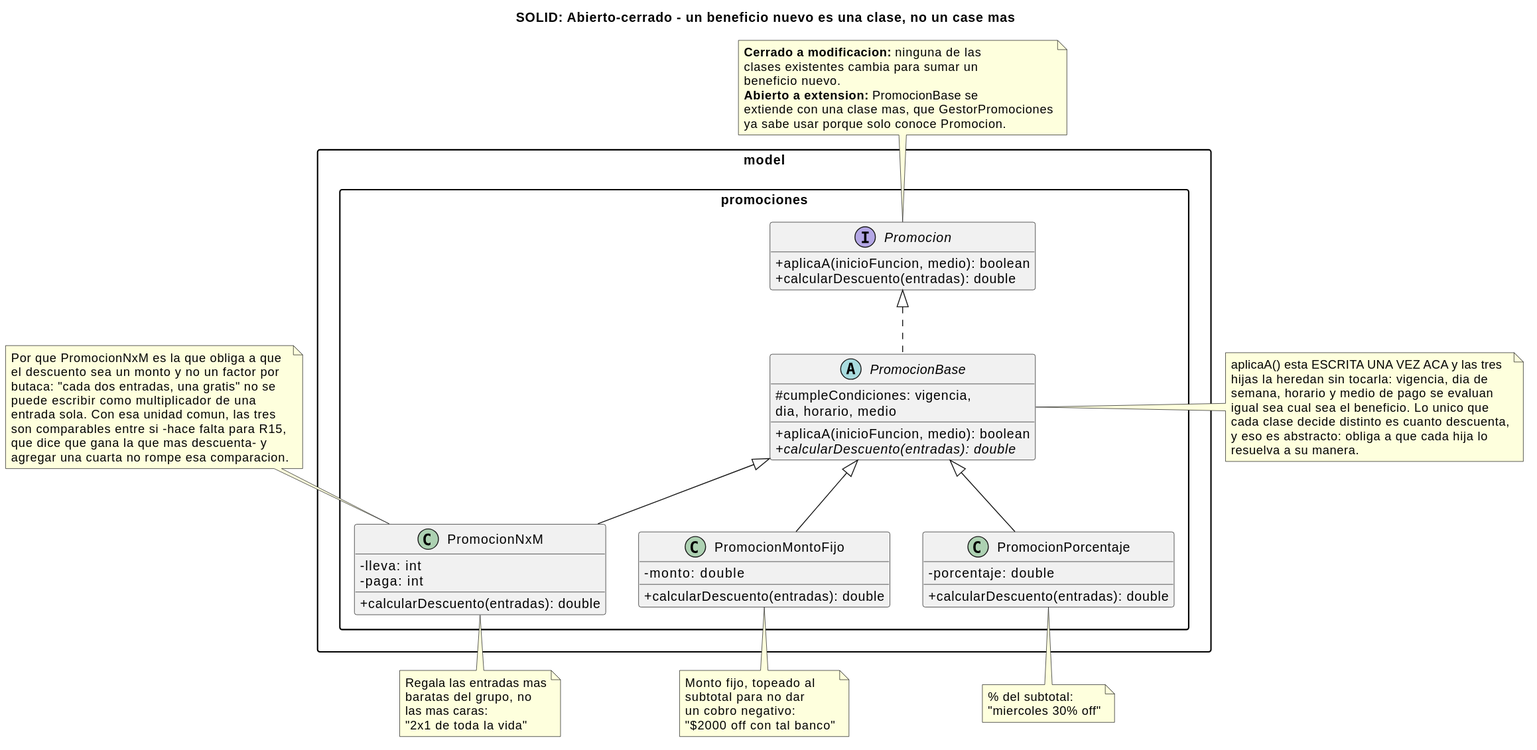
The PlantUML diagram _other/docs/diagramas/solid-ocp.svg in andreiveisuade/cine-uade, before a commit.
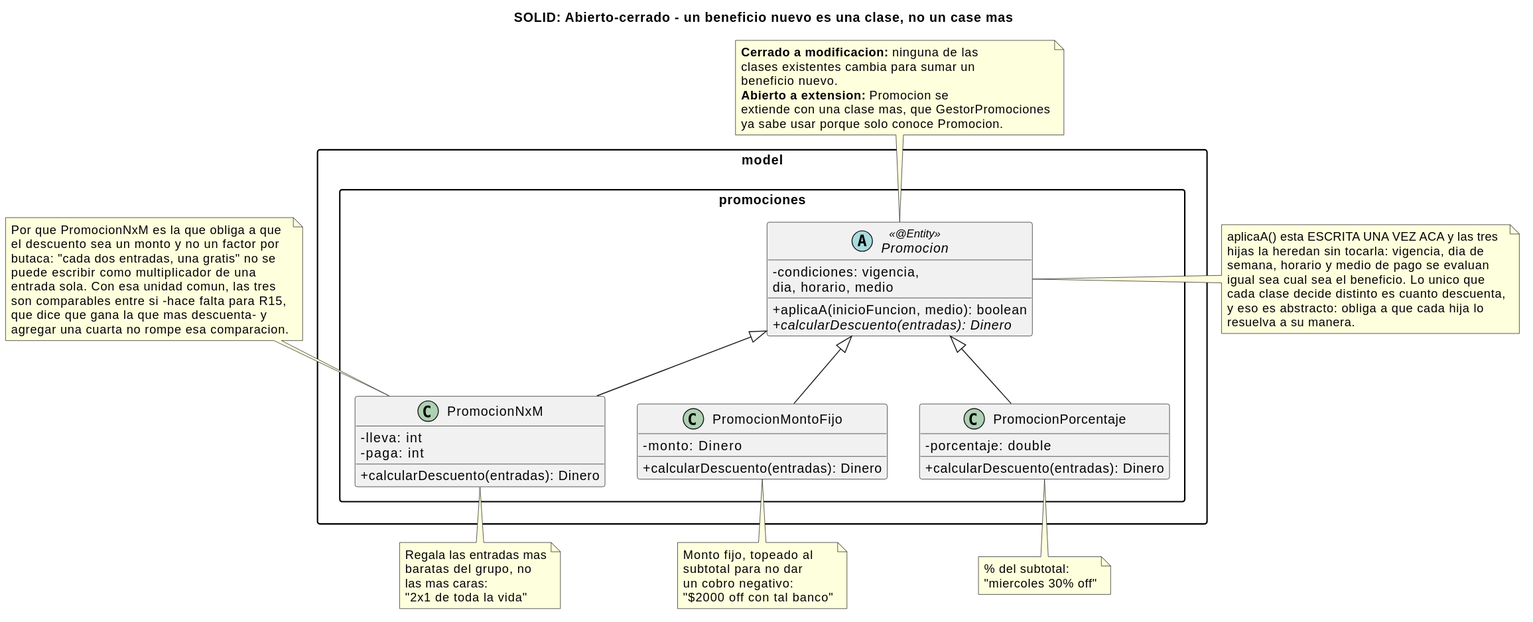
The same diagram one commit later.

Change to the diagram source:
```diff
@@ -7,38 +7,32 @@
 
 
 package "model.promociones" {
-  interface Promocion {
+  abstract class Promocion <<@Entity>> {
+    -condiciones: vigencia,\ndia, horario, medio
     +aplicaA(inicioFuncion, medio): boolean
-    +calcularDescuento(entradas): double
-  }
-
-  abstract class PromocionBase {
-    #cumpleCondiciones: vigencia,\ndia, horario, medio
-    +aplicaA(inicioFuncion, medio): boolean
-    {abstract} +calcularDescuento(entradas): double
+    {abstract} +calcularDescuento(entradas): Dinero
   }
 
   class PromocionPorcentaje {
     -porcentaje: double
-    +calcularDescuento(entradas): double
+    +calcularDescuento(entradas): Dinero
   }
   class PromocionMontoFijo {
-    -monto: double
-    +calcularDescuento(entradas): double
+    -monto: Dinero
+    +calcularDescuento(entradas): Dinero
   }
   class PromocionNxM {
     -lleva: int
     -paga: int
-    +calcularDescuento(entradas): double
+    +calcularDescuento(entradas): Dinero
   }
 }
 
-PromocionBase .up.|> Promocion
-PromocionPorcentaje -up-|> PromocionBase
-PromocionMontoFijo -up-|> PromocionBase
-PromocionNxM -up-|> PromocionBase
+PromocionPorcentaje -up-|> Promocion
+PromocionMontoFijo -up-|> Promocion
+PromocionNxM -up-|> Promocion
 
-note right of PromocionBase
+note right of Promocion
   aplicaA() esta ESCRITA UNA VEZ ACA y las tres
   hijas la heredan sin tocarla: vigencia, dia de
   semana, horario y medio de pago se evaluan
@@ -81,7 +75,7 @@
   **Cerrado a modificacion:** ninguna de las
   clases existentes cambia para sumar un
   beneficio nuevo.
-  **Abierto a extension:** PromocionBase se
+  **Abierto a extension:** Promocion se
   extiende con una clase mas, que GestorPromociones
   ya sabe usar porque solo conoce Promocion.
 end note
```
